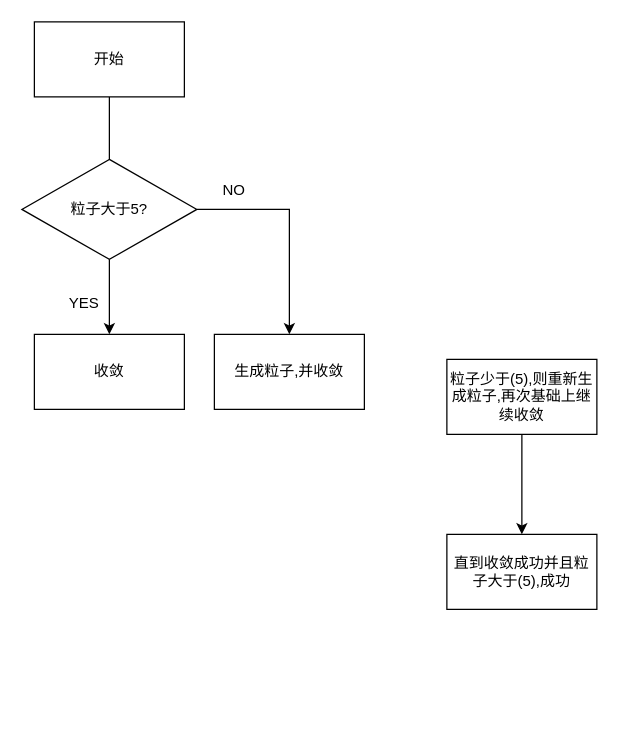
Earlier version of the draw.io diagram page "动态重定位流程" (3 of 3) of Untitled Diagram.drawio (peitianyu/draw.io). Source tidied: cells renumbered, new cells numbered last; positions are measured from the earlier drawing's top-left corner, leaving out a move shared by most shapes. Both pictures are drawn from the tidied source at 125%, with x=0, y=0 at pixel (21, 21).
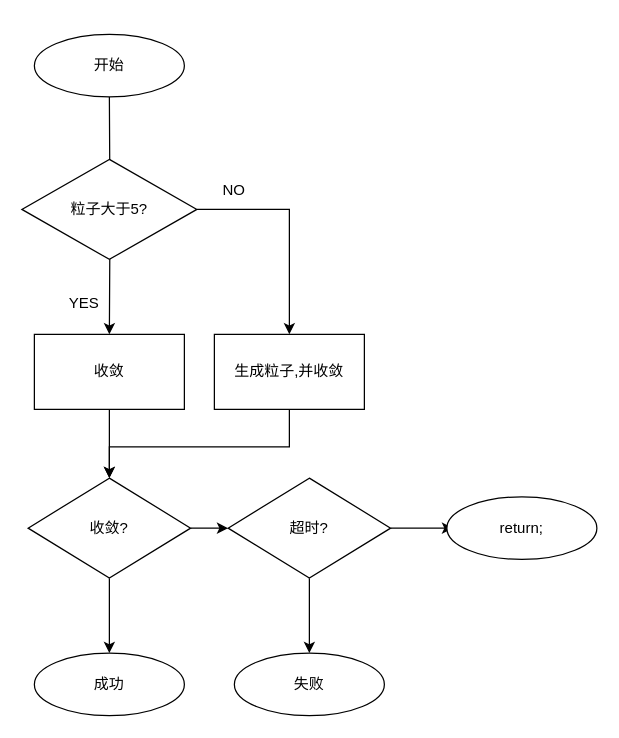
The same diagram, later.

The change refers to these unchanged cells:
```xml
<mxCell id="4" value="收敛" style="whiteSpace=wrap;html=1;rounded=0;" parent="1" vertex="1">
  <mxGeometry x="10" y="250" width="120" height="60" as="geometry" />
</mxCell>
<mxCell id="11" value="生成粒子,并收敛" style="whiteSpace=wrap;html=1;" parent="1" vertex="1">
  <mxGeometry x="154" y="250" width="120" height="60" as="geometry" />
</mxCell>
```

What changed in the source:
```diff
@@
-    <mxCell id="2" style="edgeStyle=orthogonalEdgeStyle;rounded=0;jettySize=auto;html=1;" parent="1" edge="1" source="3" target="4">
-      <mxGeometry relative="1" as="geometry" />
+    <mxCell id="2" style="edgeStyle=orthogonalEdgeStyle;rounded=0;jettySize=auto;html=1;" parent="1" edge="1" target="4">
+      <mxGeometry relative="1" as="geometry">
+        <mxPoint x="70" y="60" as="sourcePoint" />
+      </mxGeometry>
     </mxCell>
-    <mxCell id="3" value="开始" style="rounded=0;whiteSpace=wrap;html=1;" parent="1" vertex="1">
-      <mxGeometry x="10" width="120" height="60" as="geometry" />
-    </mxCell>
+    <mxCell id="13" style="edgeStyle=orthogonalEdgeStyle;rounded=0;jettySize=auto;html=1;" parent="1" edge="1" source="4" target="17">
+      <mxGeometry relative="1" as="geometry" />
+    </mxCell>
@@
-    <mxCell id="5" style="edgeStyle=orthogonalEdgeStyle;rounded=0;jettySize=auto;html=1;" parent="1" edge="1" source="6" target="7">
-      <mxGeometry relative="1" as="geometry" />
-    </mxCell>
-    <mxCell id="6" value="粒子少于(5),则重新生成粒子,再次基础上继续收敛" style="whiteSpace=wrap;html=1;rounded=0;" parent="1" vertex="1">
-      <mxGeometry x="340" y="270" width="120" height="60" as="geometry" />
-    </mxCell>
-    <mxCell id="7" value="直到收敛成功并且粒子大于(5),成功" style="whiteSpace=wrap;html=1;rounded=0;" parent="1" vertex="1">
-      <mxGeometry x="340" y="410" width="120" height="60" as="geometry" />
-    </mxCell>
@@
+    <mxCell id="14" style="edgeStyle=orthogonalEdgeStyle;rounded=0;jettySize=auto;html=1;entryX=0.5;entryY=0;entryDx=0;entryDy=0;" parent="1" edge="1" source="11" target="17">
+      <mxGeometry relative="1" as="geometry">
+        <Array as="points">
+          <mxPoint x="214" y="340" />
+          <mxPoint x="70" y="340" />
+        </Array>
+      </mxGeometry>
+    </mxCell>
@@
+    <mxCell id="15" style="edgeStyle=orthogonalEdgeStyle;rounded=0;jettySize=auto;html=1;" parent="1" edge="1" source="17">
+      <mxGeometry relative="1" as="geometry">
+        <mxPoint x="70" y="505" as="targetPoint" />
+      </mxGeometry>
+    </mxCell>
+    <mxCell id="16" style="edgeStyle=orthogonalEdgeStyle;rounded=0;jettySize=auto;html=1;" parent="1" edge="1" source="17" target="20">
+      <mxGeometry relative="1" as="geometry" />
+    </mxCell>
+    <mxCell id="17" value="收敛?" style="rhombus;whiteSpace=wrap;html=1;rounded=0;" parent="1" vertex="1">
+      <mxGeometry x="5" y="365" width="130" height="80" as="geometry" />
+    </mxCell>
+    <mxCell id="18" style="edgeStyle=orthogonalEdgeStyle;rounded=0;jettySize=auto;html=1;" parent="1" edge="1" source="20">
+      <mxGeometry relative="1" as="geometry">
+        <mxPoint x="230" y="505" as="targetPoint" />
+      </mxGeometry>
+    </mxCell>
+    <mxCell id="19" style="edgeStyle=orthogonalEdgeStyle;rounded=0;jettySize=auto;html=1;" parent="1" edge="1" source="20">
+      <mxGeometry relative="1" as="geometry">
+        <mxPoint x="345" y="405" as="targetPoint" />
+      </mxGeometry>
+    </mxCell>
+    <mxCell id="20" value="超时?" style="rhombus;whiteSpace=wrap;html=1;rounded=0;" parent="1" vertex="1">
+      <mxGeometry x="165" y="365" width="130" height="80" as="geometry" />
+    </mxCell>
+    <mxCell id="3" value="开始" style="ellipse;whiteSpace=wrap;html=1;" parent="1" vertex="1">
+      <mxGeometry x="10" y="10" width="120" height="50" as="geometry" />
+    </mxCell>
+    <mxCell id="21" value="return;" style="ellipse;whiteSpace=wrap;html=1;" parent="1" vertex="1">
+      <mxGeometry x="340" y="380" width="120" height="50" as="geometry" />
+    </mxCell>
+    <mxCell id="22" value="失败" style="ellipse;whiteSpace=wrap;html=1;" parent="1" vertex="1">
+      <mxGeometry x="170" y="505" width="120" height="50" as="geometry" />
+    </mxCell>
+    <mxCell id="23" value="成功" style="ellipse;whiteSpace=wrap;html=1;" parent="1" vertex="1">
+      <mxGeometry x="10" y="505" width="120" height="50" as="geometry" />
+    </mxCell>
```
